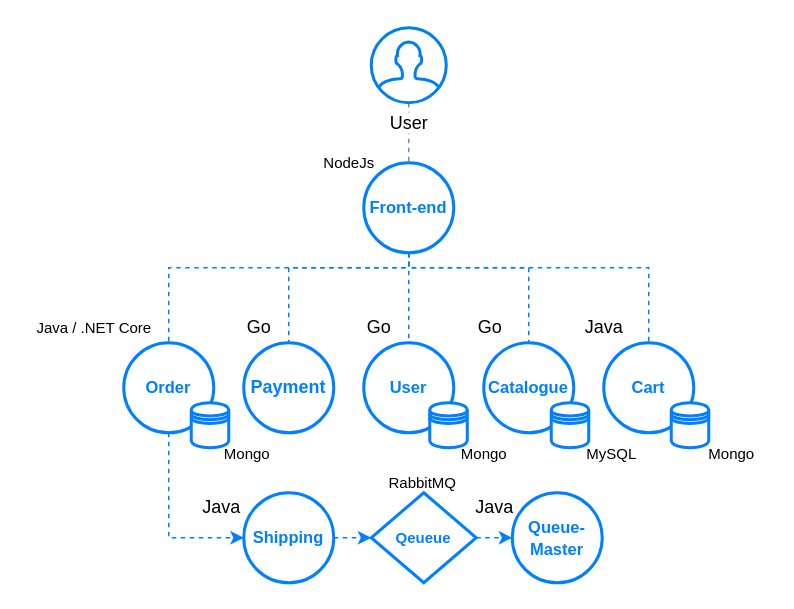
danielfct/master-thesis keeps this draw.io diagram as sock-shop.drawio. Above is the earlier version. Source tidied: cells renumbered, new cells numbered last; positions are measured from the earlier drawing's top-left corner, leaving out a move shared by most shapes. Both pictures are drawn from the tidied source at 150%, with x=0, y=0 at pixel (26, 27).
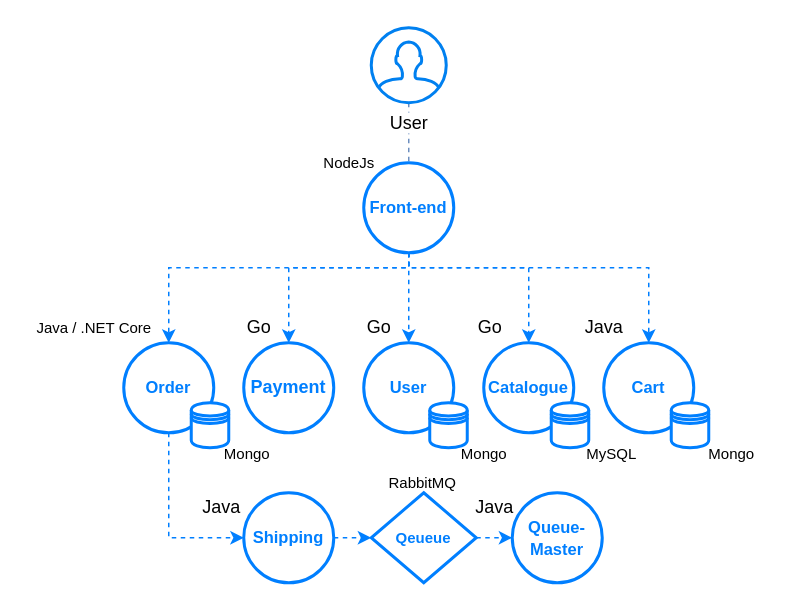
After the change.

Unchanged cells that the change refers to:
```xml
<mxCell id="9" value="&lt;font size=&quot;1&quot; color=&quot;#007fff&quot;&gt;&lt;b style=&quot;font-size: 11px&quot;&gt;Front-end&lt;/b&gt;&lt;/font&gt;" style="ellipse;whiteSpace=wrap;html=1;strokeWidth=2;strokeColor=#007FFF;" parent="1" vertex="1">
  <mxGeometry x="225" y="90" width="60" height="60" as="geometry" />
</mxCell>
<mxCell id="12" value="&lt;font style=&quot;font-size: 11px&quot; color=&quot;#007fff&quot;&gt;&lt;b&gt;Order&lt;/b&gt;&lt;/font&gt;" style="ellipse;whiteSpace=wrap;html=1;strokeWidth=2;strokeColor=#007FFF;" parent="1" vertex="1">
  <mxGeometry x="65" y="210" width="60" height="60" as="geometry" />
</mxCell>
<mxCell id="13" value="&lt;font style=&quot;font-size: 11px&quot; color=&quot;#007fff&quot;&gt;&lt;b&gt;Catalogue&lt;/b&gt;&lt;/font&gt;" style="ellipse;whiteSpace=wrap;html=1;strokeWidth=2;strokeColor=#007FFF;" parent="1" vertex="1">
  <mxGeometry x="305" y="210" width="60" height="60" as="geometry" />
</mxCell>
<mxCell id="14" value="&lt;b&gt;&lt;font style=&quot;font-size: 11px&quot; color=&quot;#007fff&quot;&gt;User&lt;/font&gt;&lt;/b&gt;" style="ellipse;whiteSpace=wrap;html=1;strokeWidth=2;strokeColor=#007FFF;" parent="1" vertex="1">
  <mxGeometry x="225" y="210" width="60" height="60" as="geometry" />
</mxCell>
<mxCell id="15" value="&lt;b&gt;&lt;font color=&quot;#007fff&quot;&gt;Payment&lt;/font&gt;&lt;/b&gt;" style="ellipse;whiteSpace=wrap;html=1;strokeWidth=2;strokeColor=#007FFF;" parent="1" vertex="1">
  <mxGeometry x="145" y="210" width="60" height="60" as="geometry" />
</mxCell>
<mxCell id="16" value="&lt;font style=&quot;font-size: 11px&quot; color=&quot;#007fff&quot;&gt;&lt;b&gt;Cart&lt;/b&gt;&lt;/font&gt;" style="ellipse;whiteSpace=wrap;html=1;strokeWidth=2;strokeColor=#007FFF;" parent="1" vertex="1">
  <mxGeometry x="385" y="210" width="60" height="60" as="geometry" />
</mxCell>
```

What changed in the source:
```diff
@@
-    <mxCell id="4" style="edgeStyle=orthogonalEdgeStyle;rounded=0;jettySize=auto;html=1;entryX=0.5;entryY=0;entryDx=0;entryDy=0;dashed=1;endArrow=none;endFill=0;fillColor=#dae8fc;strokeColor=#007FFF;" parent="1" edge="1" source="9" target="12">
+    <mxCell id="4" style="edgeStyle=orthogonalEdgeStyle;rounded=0;jettySize=auto;html=1;entryX=0.5;entryY=0;entryDx=0;entryDy=0;dashed=1;endArrow=classic;endFill=1;fillColor=#dae8fc;strokeColor=#007FFF;" parent="1" edge="1" source="9" target="12">
       <mxGeometry relative="1" as="geometry">
         <Array as="points">
           <mxPoint x="255" y="160" />
           <mxPoint x="95" y="160" />
         </Array>
       </mxGeometry>
     </mxCell>
-    <mxCell id="5" style="edgeStyle=orthogonalEdgeStyle;rounded=0;jettySize=auto;html=1;entryX=0.5;entryY=0;entryDx=0;entryDy=0;dashed=1;endArrow=none;endFill=0;fillColor=#dae8fc;strokeColor=#007FFF;" parent="1" edge="1" source="9" target="15">
+    <mxCell id="5" style="edgeStyle=orthogonalEdgeStyle;rounded=0;jettySize=auto;html=1;entryX=0.5;entryY=0;entryDx=0;entryDy=0;dashed=1;endArrow=classic;endFill=1;fillColor=#dae8fc;strokeColor=#007FFF;" parent="1" edge="1" source="9" target="15">
       <mxGeometry relative="1" as="geometry">
         <Array as="points">
           <mxPoint x="255" y="160" />
           <mxPoint x="175" y="160" />
         </Array>
       </mxGeometry>
     </mxCell>
-    <mxCell id="6" style="edgeStyle=orthogonalEdgeStyle;rounded=0;jettySize=auto;html=1;dashed=1;endArrow=none;endFill=0;fillColor=#dae8fc;strokeColor=#007FFF;" parent="1" edge="1" source="9" target="14">
+    <mxCell id="6" style="edgeStyle=orthogonalEdgeStyle;rounded=0;jettySize=auto;html=1;dashed=1;endArrow=classic;endFill=1;fillColor=#dae8fc;strokeColor=#007FFF;" parent="1" edge="1" source="9" target="14">
       <mxGeometry relative="1" as="geometry" />
     </mxCell>
-    <mxCell id="7" style="edgeStyle=orthogonalEdgeStyle;rounded=0;jettySize=auto;html=1;dashed=1;endArrow=none;endFill=0;fillColor=#dae8fc;strokeColor=#007FFF;" parent="1" edge="1" source="9" target="13">
+    <mxCell id="7" style="edgeStyle=orthogonalEdgeStyle;rounded=0;jettySize=auto;html=1;dashed=1;endArrow=classic;endFill=1;fillColor=#dae8fc;strokeColor=#007FFF;" parent="1" edge="1" source="9" target="13">
       <mxGeometry relative="1" as="geometry">
         <Array as="points">
           <mxPoint x="255" y="160" />
           <mxPoint x="335" y="160" />
         </Array>
       </mxGeometry>
     </mxCell>
-    <mxCell id="8" style="edgeStyle=elbowEdgeStyle;rounded=0;jettySize=auto;html=1;entryX=0.5;entryY=0;entryDx=0;entryDy=0;dashed=1;endArrow=none;endFill=0;elbow=vertical;fillColor=#dae8fc;strokeColor=#007FFF;" parent="1" edge="1" source="9" target="16">
+    <mxCell id="8" style="edgeStyle=elbowEdgeStyle;rounded=0;jettySize=auto;html=1;entryX=0.5;entryY=0;entryDx=0;entryDy=0;dashed=1;endArrow=classic;endFill=1;elbow=vertical;fillColor=#dae8fc;strokeColor=#007FFF;" parent="1" edge="1" source="9" target="16">
       <mxGeometry relative="1" as="geometry">
         <Array as="points">
           <mxPoint x="360" y="160" />
         </Array>
       </mxGeometry>
     </mxCell>
```
